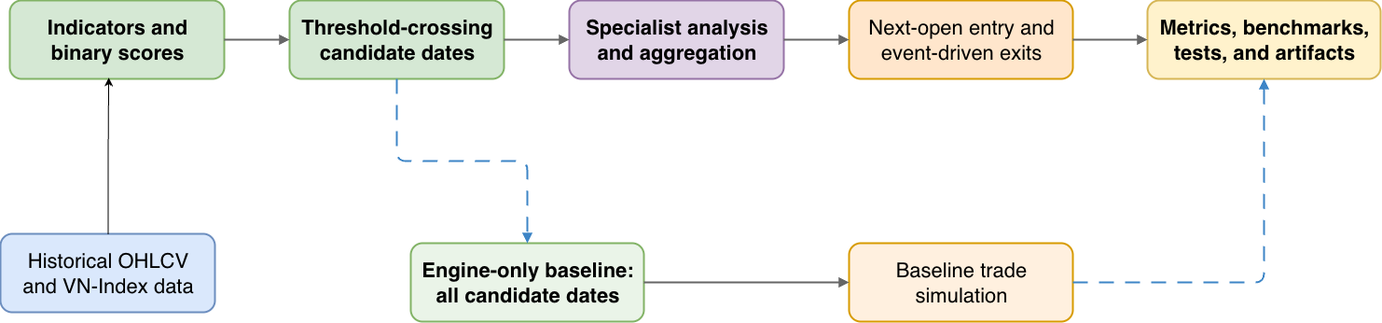
The draw.io diagram report/figures/chapter4/stockrium_backtesting_flow.png in lqhuy04/Thesis-22125031-22125035, before a commit. Source tidied: cells renumbered, new cells last; positions are measured from the earlier drawing's top-left corner, leaving out a move shared by most shapes.
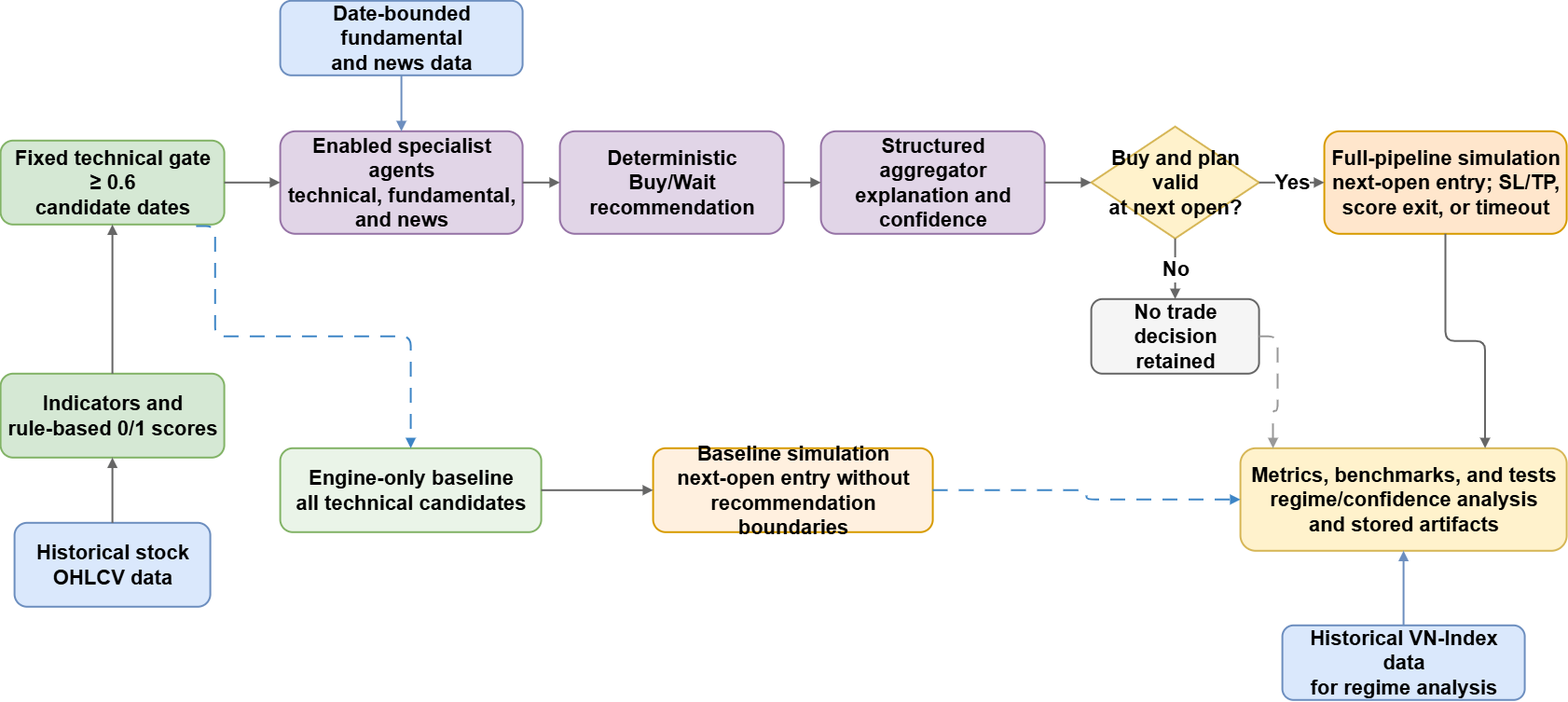
After the commit.

The edit, as a diff of the source:
```diff
@@ -2,53 +2,98 @@
   <root>
     <mxCell id="0" />
     <mxCell id="1" parent="0" />
-    <mxCell id="2" value="Historical OHLCV&lt;br&gt;and VN-Index data" style="rounded=1;whiteSpace=wrap;html=1;fillColor=#dae8fc;strokeColor=#6c8ebf;strokeWidth=2;fontSize=22;spacing=8;" parent="1" vertex="1">
-      <mxGeometry y="250" width="230" height="84" as="geometry" />
+    <mxCell id="2" value="Historical stock&lt;br&gt;OHLCV data" style="rounded=1;whiteSpace=wrap;html=1;fillColor=#dae8fc;strokeColor=#6c8ebf;strokeWidth=2;fontSize=22;spacing=8;fontStyle=1;" parent="1" vertex="1">
+      <mxGeometry x="245" y="450" width="210" height="90" as="geometry" />
     </mxCell>
-    <mxCell id="3" value="Indicators and&lt;br&gt;binary scores" style="rounded=1;whiteSpace=wrap;html=1;fillColor=#d5e8d4;strokeColor=#82b366;strokeWidth=2;fontSize=22;fontStyle=1;spacing=8;" parent="1" vertex="1">
-      <mxGeometry x="10" width="230" height="84" as="geometry" />
+    <mxCell id="3" value="Indicators and&lt;br&gt;rule-based 0/1 scores" style="rounded=1;whiteSpace=wrap;html=1;fillColor=#d5e8d4;strokeColor=#82b366;strokeWidth=2;fontSize=22;fontStyle=1;spacing=8;" parent="1" vertex="1">
+      <mxGeometry x="230" y="290" width="240" height="90" as="geometry" />
     </mxCell>
-    <mxCell id="4" value="Threshold-crossing&lt;br&gt;candidate dates" style="rounded=1;whiteSpace=wrap;html=1;fillColor=#d5e8d4;strokeColor=#82b366;strokeWidth=2;fontSize=22;fontStyle=1;spacing=8;" parent="1" vertex="1">
-      <mxGeometry x="310" width="230" height="84" as="geometry" />
+    <mxCell id="4" value="Fixed technical gate ≥ 0.6&lt;br&gt;candidate dates" style="rounded=1;whiteSpace=wrap;html=1;fillColor=#d5e8d4;strokeColor=#82b366;strokeWidth=2;fontSize=22;fontStyle=1;spacing=8;" parent="1" vertex="1">
+      <mxGeometry x="230" y="40" width="240" height="90" as="geometry" />
     </mxCell>
-    <mxCell id="5" value="Specialist analysis&lt;br&gt;and aggregation" style="rounded=1;whiteSpace=wrap;html=1;fillColor=#e1d5e7;strokeColor=#9673a6;strokeWidth=2;fontSize=22;fontStyle=1;spacing=8;" parent="1" vertex="1">
-      <mxGeometry x="610" width="230" height="84" as="geometry" />
+    <mxCell id="5" value="Date-bounded fundamental&lt;br&gt;and news data" style="rounded=1;whiteSpace=wrap;html=1;fillColor=#dae8fc;strokeColor=#6c8ebf;strokeWidth=2;fontSize=22;spacing=8;fontStyle=1;" parent="1" vertex="1">
+      <mxGeometry x="530" y="-110" width="260" height="80" as="geometry" />
     </mxCell>
-    <mxCell id="6" value="Next-open entry and&lt;br&gt;event-driven exits" style="rounded=1;whiteSpace=wrap;html=1;fillColor=#ffe6cc;strokeColor=#d79b00;strokeWidth=2;fontSize=22;spacing=8;" parent="1" vertex="1">
-      <mxGeometry x="910" width="240" height="84" as="geometry" />
+    <mxCell id="6" value="Enabled specialist agents&lt;br&gt;technical, fundamental,&lt;br&gt;and news" style="rounded=1;whiteSpace=wrap;html=1;fillColor=#e1d5e7;strokeColor=#9673a6;strokeWidth=2;fontSize=22;fontStyle=1;spacing=8;" parent="1" vertex="1">
+      <mxGeometry x="530" y="30" width="260" height="110" as="geometry" />
     </mxCell>
-    <mxCell id="7" value="Metrics, benchmarks,&lt;br&gt;tests, and artifacts" style="rounded=1;whiteSpace=wrap;html=1;fillColor=#fff2cc;strokeColor=#d6b656;strokeWidth=2;fontSize=22;fontStyle=1;spacing=8;" parent="1" vertex="1">
-      <mxGeometry x="1230" width="250" height="84" as="geometry" />
+    <mxCell id="7" value="Deterministic Buy/Wait&lt;br&gt;recommendation" style="rounded=1;whiteSpace=wrap;html=1;fillColor=#e1d5e7;strokeColor=#9673a6;strokeWidth=2;fontSize=22;fontStyle=1;spacing=8;" parent="1" vertex="1">
+      <mxGeometry x="830" y="30" width="240" height="110" as="geometry" />
     </mxCell>
-    <mxCell id="8" value="Engine-only baseline:&lt;br&gt;all candidate dates" style="rounded=1;whiteSpace=wrap;html=1;fillColor=#eaf4e8;strokeColor=#82b366;strokeWidth=2;fontSize=22;fontStyle=1;spacing=8;" parent="1" vertex="1">
-      <mxGeometry x="440" y="260" width="250" height="84" as="geometry" />
+    <mxCell id="8" value="Structured aggregator&lt;br&gt;explanation and confidence" style="rounded=1;whiteSpace=wrap;html=1;fillColor=#e1d5e7;strokeColor=#9673a6;strokeWidth=2;fontSize=22;fontStyle=1;spacing=8;" parent="1" vertex="1">
+      <mxGeometry x="1110" y="30" width="240" height="110" as="geometry" />
     </mxCell>
-    <mxCell id="9" value="Baseline trade&lt;br&gt;simulation" style="rounded=1;whiteSpace=wrap;html=1;fillColor=#fff0df;strokeColor=#d79b00;strokeWidth=2;fontSize=22;spacing=8;" parent="1" vertex="1">
-      <mxGeometry x="910" y="260" width="240" height="84" as="geometry" />
+    <mxCell id="9" value="Buy and plan valid&lt;br&gt;at next open?" style="rhombus;whiteSpace=wrap;html=1;fillColor=#fff2cc;strokeColor=#d6b656;strokeWidth=2;fontSize=22;fontStyle=1;spacing=6;" parent="1" vertex="1">
+      <mxGeometry x="1400" y="25" width="180" height="120" as="geometry" />
     </mxCell>
-    <mxCell id="10" style="edgeStyle=orthogonalEdgeStyle;rounded=0;jettySize=auto;html=1;endArrow=block;endFill=1;strokeColor=#666666;strokeWidth=2;exitX=1;exitY=0.5;entryX=0;entryY=0.5;fontSize=22;" parent="1" edge="1" source="3" target="4">
-      <mxGeometry relative="1" as="geometry" />
+    <mxCell id="10" value="Full-pipeline simulation&lt;br&gt;next-open entry; SL/TP,&lt;br&gt;score exit, or timeout" style="rounded=1;whiteSpace=wrap;html=1;fillColor=#ffe6cc;strokeColor=#d79b00;strokeWidth=2;fontSize=22;spacing=8;fontStyle=1;" parent="1" vertex="1">
+      <mxGeometry x="1650" y="30" width="260" height="110" as="geometry" />
     </mxCell>
-    <mxCell id="11" style="edgeStyle=orthogonalEdgeStyle;rounded=0;jettySize=auto;html=1;endArrow=block;endFill=1;strokeColor=#666666;strokeWidth=2;exitX=1;exitY=0.5;entryX=0;entryY=0.5;fontSize=22;" parent="1" edge="1" source="4" target="5">
-      <mxGeometry relative="1" as="geometry" />
+    <mxCell id="11" value="No trade&lt;br&gt;decision retained" style="rounded=1;whiteSpace=wrap;html=1;fillColor=#f5f5f5;strokeColor=#666666;strokeWidth=2;fontSize=22;spacing=8;fontStyle=1;" parent="1" vertex="1">
+      <mxGeometry x="1400" y="210" width="180" height="80" as="geometry" />
     </mxCell>
-    <mxCell id="12" style="edgeStyle=orthogonalEdgeStyle;rounded=0;jettySize=auto;html=1;endArrow=block;endFill=1;strokeColor=#666666;strokeWidth=2;exitX=1;exitY=0.5;entryX=0;entryY=0.5;fontSize=22;" parent="1" edge="1" source="5" target="6">
-      <mxGeometry relative="1" as="geometry" />
+    <mxCell id="12" value="Engine-only baseline&lt;br&gt;all technical candidates" style="rounded=1;whiteSpace=wrap;html=1;fillColor=#eaf4e8;strokeColor=#82b366;strokeWidth=2;fontSize=22;fontStyle=1;spacing=8;" parent="1" vertex="1">
+      <mxGeometry x="530" y="370" width="280" height="90" as="geometry" />
     </mxCell>
-    <mxCell id="13" style="edgeStyle=orthogonalEdgeStyle;rounded=0;jettySize=auto;html=1;endArrow=block;endFill=1;strokeColor=#666666;strokeWidth=2;exitX=1;exitY=0.5;entryX=0;entryY=0.5;fontSize=22;" parent="1" edge="1" source="6" target="7">
-      <mxGeometry relative="1" as="geometry" />
+    <mxCell id="13" value="Baseline simulation&lt;br&gt;next-open entry without&lt;br&gt;recommendation boundaries" style="rounded=1;whiteSpace=wrap;html=1;fillColor=#fff0df;strokeColor=#d79b00;strokeWidth=2;fontSize=22;spacing=8;fontStyle=1;" parent="1" vertex="1">
+      <mxGeometry x="930" y="370" width="300" height="90" as="geometry" />
     </mxCell>
-    <mxCell id="14" style="edgeStyle=orthogonalEdgeStyle;rounded=1;jettySize=auto;html=1;endArrow=block;endFill=1;strokeColor=#3d85c6;strokeWidth=2;dashed=1;dashPattern=8 6;exitX=0.5;exitY=1;entryX=0.5;entryY=0;fontSize=22;" parent="1" edge="1" source="4" target="8">
-      <mxGeometry relative="1" as="geometry" />
+    <mxCell id="14" value="Metrics, benchmarks, and tests&lt;br&gt;regime/confidence analysis&lt;br&gt;and stored artifacts" style="rounded=1;whiteSpace=wrap;html=1;fillColor=#fff2cc;strokeColor=#d6b656;strokeWidth=2;fontSize=22;fontStyle=1;spacing=8;" parent="1" vertex="1">
+      <mxGeometry x="1560" y="370" width="350" height="110" as="geometry" />
     </mxCell>
-    <mxCell id="15" style="edgeStyle=orthogonalEdgeStyle;rounded=0;jettySize=auto;html=1;endArrow=block;endFill=1;strokeColor=#666666;strokeWidth=2;exitX=1;exitY=0.5;entryX=0;entryY=0.5;fontSize=22;" parent="1" edge="1" source="8" target="9">
-      <mxGeometry relative="1" as="geometry" />
+    <mxCell id="15" value="Historical VN-Index data&lt;br&gt;for regime analysis" style="rounded=1;whiteSpace=wrap;html=1;fillColor=#dae8fc;strokeColor=#6c8ebf;strokeWidth=2;fontSize=22;spacing=8;fontStyle=1;" parent="1" vertex="1">
+      <mxGeometry x="1605" y="560" width="260" height="80" as="geometry" />
     </mxCell>
-    <mxCell id="16" style="edgeStyle=orthogonalEdgeStyle;rounded=1;jettySize=auto;html=1;endArrow=block;endFill=1;strokeColor=#3d85c6;strokeWidth=2;dashed=1;dashPattern=8 6;exitX=1;exitY=0.5;entryX=0.5;entryY=1;fontSize=22;" parent="1" edge="1" source="9" target="7">
+    <mxCell id="16" style="edgeStyle=orthogonalEdgeStyle;rounded=0;jettySize=auto;html=1;endArrow=block;endFill=1;strokeColor=#666666;strokeWidth=2;exitX=1;exitY=0.5;entryX=0;entryY=0.5;fontSize=22;fontStyle=1;" parent="1" edge="1" source="4" target="6">
       <mxGeometry relative="1" as="geometry" />
     </mxCell>
-    <mxCell id="17" style="edgeStyle=orthogonalEdgeStyle;rounded=0;jettySize=auto;html=1;entryX=0.459;entryY=0.98;entryDx=0;entryDy=0;entryPerimeter=0;fontSize=22;" parent="1" edge="1" source="2" target="3">
+    <mxCell id="17" style="edgeStyle=orthogonalEdgeStyle;rounded=0;jettySize=auto;html=1;endArrow=block;endFill=1;strokeColor=#6c8ebf;strokeWidth=2;exitX=0.5;exitY=1;entryX=0.5;entryY=0;fontSize=22;fontStyle=1;" parent="1" edge="1" source="5" target="6">
       <mxGeometry relative="1" as="geometry" />
     </mxCell>
+    <mxCell id="18" style="edgeStyle=orthogonalEdgeStyle;rounded=0;jettySize=auto;html=1;endArrow=block;endFill=1;strokeColor=#666666;strokeWidth=2;exitX=1;exitY=0.5;entryX=0;entryY=0.5;fontSize=22;fontStyle=1;" parent="1" edge="1" source="6" target="7">
+      <mxGeometry relative="1" as="geometry" />
+    </mxCell>
+    <mxCell id="19" style="edgeStyle=orthogonalEdgeStyle;rounded=0;jettySize=auto;html=1;endArrow=block;endFill=1;strokeColor=#666666;strokeWidth=2;exitX=1;exitY=0.5;entryX=0;entryY=0.5;fontSize=22;fontStyle=1;" parent="1" edge="1" source="7" target="8">
+      <mxGeometry relative="1" as="geometry" />
+    </mxCell>
+    <mxCell id="20" style="edgeStyle=orthogonalEdgeStyle;rounded=0;jettySize=auto;html=1;endArrow=block;endFill=1;strokeColor=#666666;strokeWidth=2;exitX=1;exitY=0.5;entryX=0;entryY=0.5;fontSize=22;fontStyle=1;" parent="1" edge="1" source="8" target="9">
+      <mxGeometry relative="1" as="geometry" />
+    </mxCell>
+    <mxCell id="21" value="Yes" style="edgeStyle=orthogonalEdgeStyle;rounded=0;jettySize=auto;html=1;endArrow=block;endFill=1;strokeColor=#666666;strokeWidth=2;exitX=1;exitY=0.5;entryX=0;entryY=0.5;fontSize=22;fontStyle=1;labelBackgroundColor=#ffffff;" parent="1" edge="1" source="9" target="10">
+      <mxGeometry relative="1" as="geometry" />
+    </mxCell>
+    <mxCell id="22" value="No" style="edgeStyle=orthogonalEdgeStyle;rounded=0;jettySize=auto;html=1;endArrow=block;endFill=1;strokeColor=#666666;strokeWidth=2;exitX=0.5;exitY=1;entryX=0.5;entryY=0;fontSize=22;fontStyle=1;labelBackgroundColor=#ffffff;" parent="1" edge="1" source="9" target="11">
+      <mxGeometry relative="1" as="geometry" />
+    </mxCell>
+    <mxCell id="23" style="edgeStyle=orthogonalEdgeStyle;rounded=1;jettySize=auto;html=1;endArrow=block;endFill=1;strokeColor=#666666;strokeWidth=2;exitX=0.5;exitY=1;entryX=0.75;entryY=0;fontSize=22;fontStyle=1;" parent="1" edge="1" source="10" target="14">
+      <mxGeometry relative="1" as="geometry" />
+    </mxCell>
+    <mxCell id="24" style="edgeStyle=orthogonalEdgeStyle;rounded=1;jettySize=auto;html=1;endArrow=block;endFill=1;strokeColor=#999999;strokeWidth=2;dashed=1;dashPattern=8 6;exitX=1;exitY=0.5;entryX=0.1;entryY=0;fontSize=22;fontStyle=1;" parent="1" edge="1" source="11" target="14">
+      <mxGeometry relative="1" as="geometry" />
+    </mxCell>
+    <mxCell id="25" style="edgeStyle=orthogonalEdgeStyle;rounded=1;jettySize=auto;html=1;endArrow=block;endFill=1;strokeColor=#3d85c6;strokeWidth=2;dashed=1;dashPattern=8 6;exitX=0.874;exitY=1.02;entryX=0.5;entryY=0;fontSize=22;fontStyle=1;exitDx=0;exitDy=0;exitPerimeter=0;" parent="1" edge="1" source="4" target="12">
+      <mxGeometry relative="1" as="geometry">
+        <Array as="points">
+          <mxPoint x="460.1" y="131.8" />
+          <mxPoint x="460.1" y="250" />
+          <mxPoint x="670.1" y="250" />
+        </Array>
+      </mxGeometry>
+    </mxCell>
+    <mxCell id="26" style="edgeStyle=orthogonalEdgeStyle;rounded=0;jettySize=auto;html=1;endArrow=block;endFill=1;strokeColor=#666666;strokeWidth=2;exitX=1;exitY=0.5;entryX=0;entryY=0.5;fontSize=22;fontStyle=1;" parent="1" edge="1" source="12" target="13">
+      <mxGeometry relative="1" as="geometry" />
+    </mxCell>
+    <mxCell id="27" style="edgeStyle=orthogonalEdgeStyle;rounded=1;jettySize=auto;html=1;endArrow=block;endFill=1;strokeColor=#3d85c6;strokeWidth=2;dashed=1;dashPattern=8 6;exitX=1;exitY=0.5;entryX=0;entryY=0.5;fontSize=22;fontStyle=1;" parent="1" edge="1" source="13" target="14">
+      <mxGeometry relative="1" as="geometry" />
+    </mxCell>
+    <mxCell id="28" style="edgeStyle=orthogonalEdgeStyle;rounded=0;jettySize=auto;html=1;endArrow=block;endFill=1;strokeColor=#6c8ebf;strokeWidth=2;exitX=0.5;exitY=0;entryX=0.5;entryY=1;fontSize=22;fontStyle=1;" parent="1" edge="1" source="15" target="14">
+      <mxGeometry relative="1" as="geometry" />
+    </mxCell>
+    <mxCell id="29" style="edgeStyle=orthogonalEdgeStyle;rounded=0;jettySize=auto;html=1;endArrow=block;endFill=1;strokeColor=#666666;strokeWidth=2;exitX=0.5;exitY=0;entryX=0.5;entryY=1;fontSize=22;fontStyle=1;entryDx=0;entryDy=0;exitDx=0;exitDy=0;" parent="1" edge="1" source="3" target="4">
+      <mxGeometry relative="1" as="geometry" />
+    </mxCell>
+    <mxCell id="30" style="edgeStyle=orthogonalEdgeStyle;rounded=0;jettySize=auto;html=1;endArrow=block;endFill=1;strokeColor=#666666;strokeWidth=2;exitX=0.5;exitY=0;entryX=0.5;entryY=1;fontSize=22;fontStyle=1;entryDx=0;entryDy=0;exitDx=0;exitDy=0;" parent="1" edge="1" source="2" target="3">
+      <mxGeometry relative="1" as="geometry" />
+    </mxCell>
   </root>
 </mxGraphModel>
```
